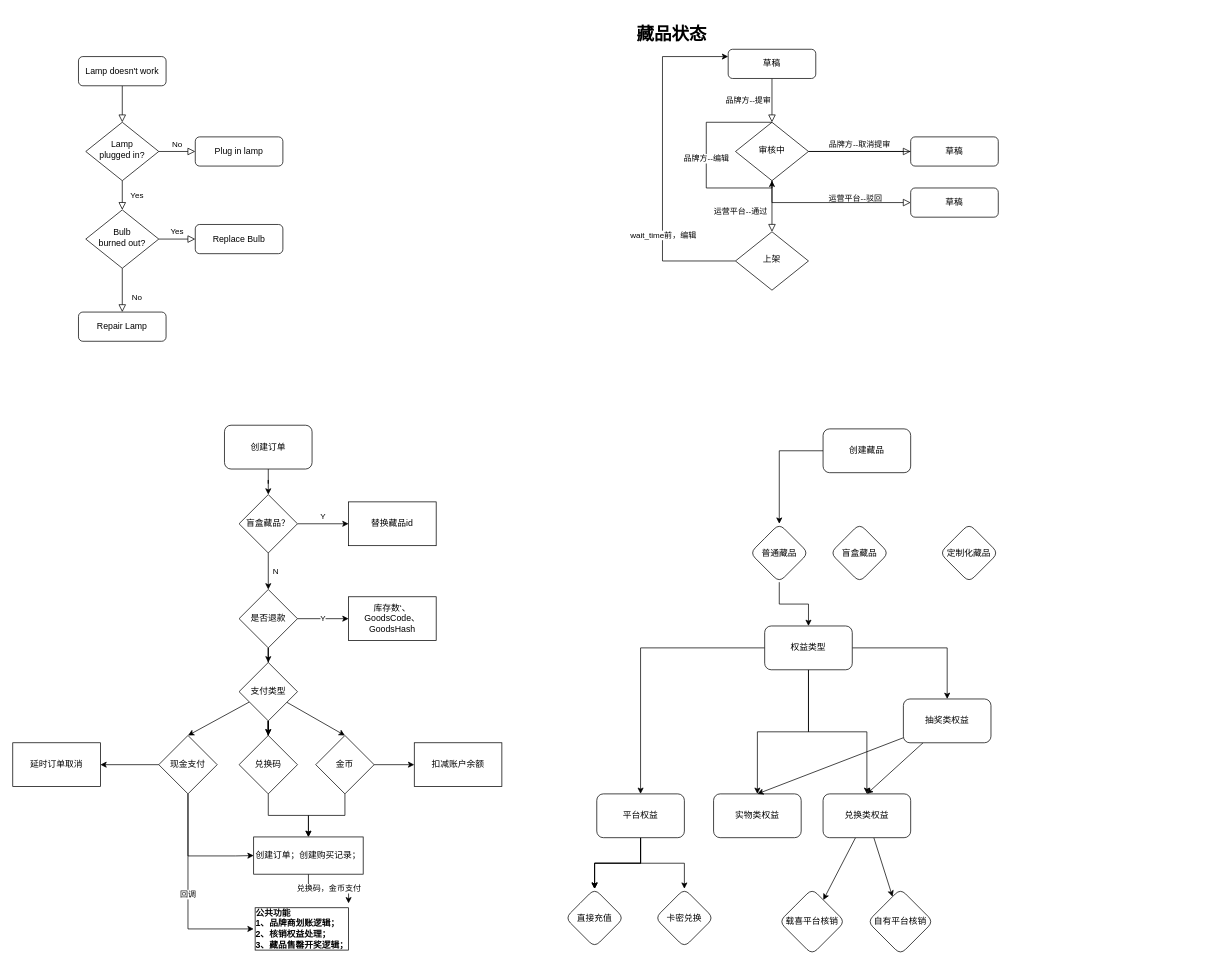
This is KW-载喜业务.drawio from lints123/draw_project, a draw.io file, before an edit. Source tidied: cells renumbered, new cells numbered last; positions are measured from the earlier drawing's top-left corner, leaving out a move shared by most shapes. Both pictures are drawn from the tidied source at 73%, with x=0, y=0 at pixel (12, 20).
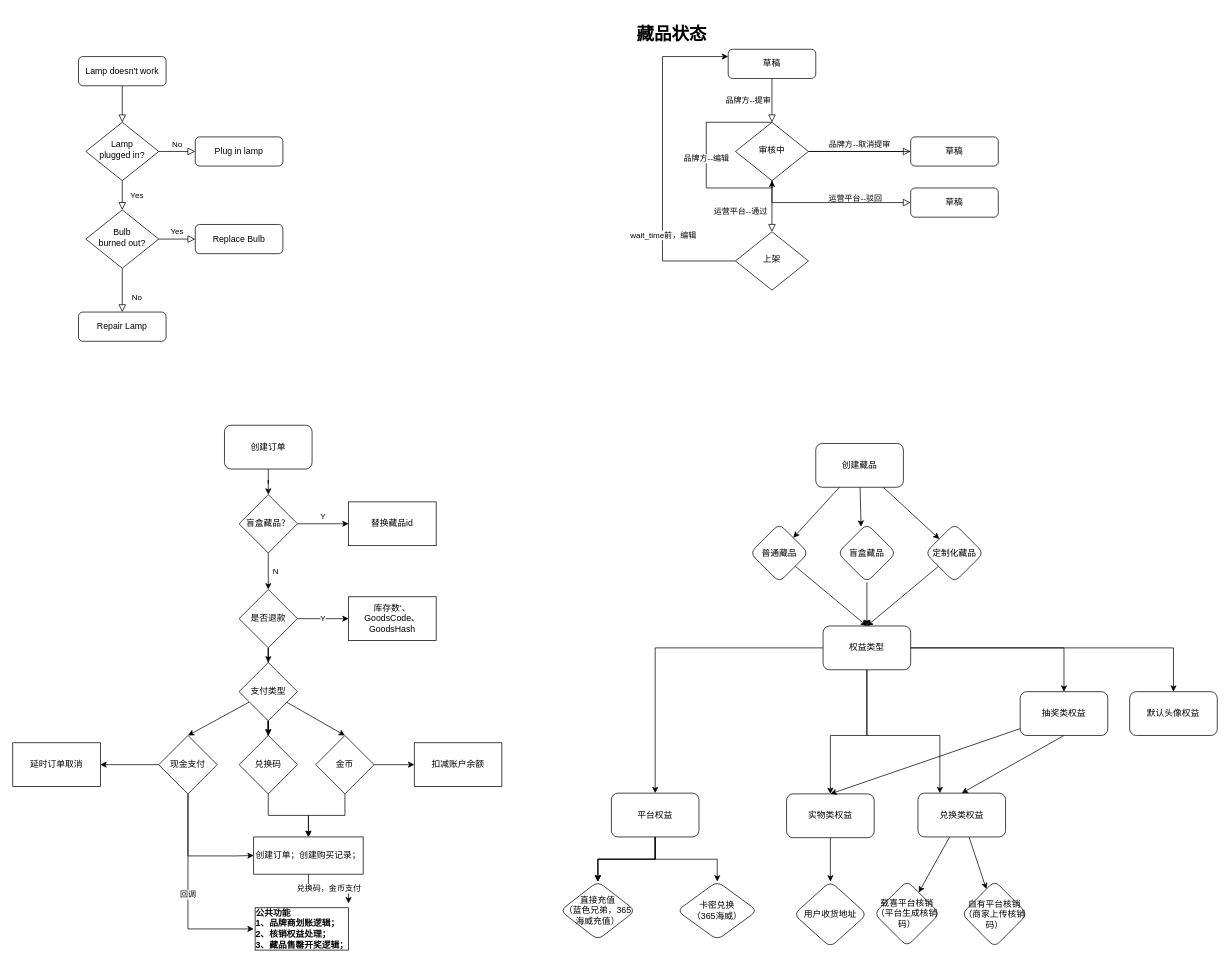
The same diagram, later.

Commit message:
更新KW-载喜业务.drawio

The change refers to these unchanged cells:
```xml
<mxCell id="59" value="普通藏品" style="rhombus;whiteSpace=wrap;html=1;rounded=1;" parent="1" vertex="1">
  <mxGeometry x="1010" y="690" width="80" height="80" as="geometry" />
</mxCell>
```

The edit, as a diff of the source:
```diff
@@
-    <mxCell id="56" style="edgeStyle=orthogonalEdgeStyle;rounded=0;jettySize=auto;html=1;" parent="1" edge="1" source="57" target="59">
+    <mxCell id="56" style="edgeStyle=none;rounded=0;jettySize=auto;html=1;" parent="1" edge="1" source="57" target="59">
       <mxGeometry relative="1" as="geometry" />
     </mxCell>
+    <mxCell id="83" style="edgeStyle=none;rounded=0;jettySize=auto;html=1;entryX=0.4;entryY=0.05;entryDx=0;entryDy=0;entryPerimeter=0;" parent="1" edge="1" source="57" target="60">
+      <mxGeometry relative="1" as="geometry" />
+    </mxCell>
+    <mxCell id="84" style="edgeStyle=none;rounded=0;jettySize=auto;html=1;" parent="1" edge="1" source="57" target="61">
+      <mxGeometry relative="1" as="geometry" />
+    </mxCell>
     <mxCell id="57" value="创建藏品" style="rounded=1;whiteSpace=wrap;html=1;" parent="1" vertex="1">
-      <mxGeometry x="1110" y="560" width="120" height="60" as="geometry" />
+      <mxGeometry x="1100" y="580" width="120" height="60" as="geometry" />
     </mxCell>
-    <mxCell id="58" style="edgeStyle=orthogonalEdgeStyle;rounded=0;jettySize=auto;html=1;" parent="1" edge="1" source="59" target="66">
+    <mxCell id="58" style="edgeStyle=none;rounded=0;jettySize=auto;html=1;entryX=0.5;entryY=0;entryDx=0;entryDy=0;" parent="1" edge="1" source="59" target="66">
       <mxGeometry relative="1" as="geometry" />
     </mxCell>
@@
+    <mxCell id="85" style="edgeStyle=none;rounded=0;jettySize=auto;html=1;" parent="1" edge="1" source="60" target="66">
+      <mxGeometry relative="1" as="geometry" />
+    </mxCell>
     <mxCell id="60" value="盲盒藏品" style="rhombus;whiteSpace=wrap;html=1;rounded=1;" parent="1" vertex="1">
-      <mxGeometry x="1120" y="690" width="80" height="80" as="geometry" />
+      <mxGeometry x="1130" y="690" width="80" height="80" as="geometry" />
     </mxCell>
+    <mxCell id="86" style="edgeStyle=none;rounded=0;jettySize=auto;html=1;entryX=0.5;entryY=0;entryDx=0;entryDy=0;" parent="1" edge="1" source="61" target="66">
+      <mxGeometry relative="1" as="geometry" />
+    </mxCell>
     <mxCell id="61" value="定制化藏品" style="rhombus;whiteSpace=wrap;html=1;rounded=1;" parent="1" vertex="1">
-      <mxGeometry x="1270" y="690" width="80" height="80" as="geometry" />
+      <mxGeometry x="1250" y="690" width="80" height="80" as="geometry" />
     </mxCell>
@@
     <mxCell id="64" style="edgeStyle=orthogonalEdgeStyle;rounded=0;jettySize=auto;html=1;" parent="1" edge="1" source="66" target="72">
-      <mxGeometry relative="1" as="geometry" />
+      <mxGeometry relative="1" as="geometry">
+        <Array as="points">
+          <mxPoint x="1170" y="980" />
+          <mxPoint x="1120" y="980" />
+        </Array>
+      </mxGeometry>
     </mxCell>
-    <mxCell id="65" style="edgeStyle=orthogonalEdgeStyle;rounded=0;jettySize=auto;html=1;" parent="1" edge="1" source="66" target="75">
-      <mxGeometry relative="1" as="geometry" />
+    <mxCell id="65" style="edgeStyle=orthogonalEdgeStyle;rounded=0;jettySize=auto;html=1;entryX=0.25;entryY=0;entryDx=0;entryDy=0;" parent="1" edge="1" source="66" target="75">
+      <mxGeometry relative="1" as="geometry">
+        <Array as="points">
+          <mxPoint x="1170" y="980" />
+          <mxPoint x="1270" y="980" />
+        </Array>
+      </mxGeometry>
     </mxCell>
+    <mxCell id="87" style="edgeStyle=orthogonalEdgeStyle;rounded=0;jettySize=auto;html=1;" parent="1" edge="1" source="66" target="90">
+      <mxGeometry relative="1" as="geometry" />
+    </mxCell>
     <mxCell id="66" value="权益类型" style="whiteSpace=wrap;html=1;rounded=1;" parent="1" vertex="1">
-      <mxGeometry x="1030" y="830" width="120" height="60" as="geometry" />
+      <mxGeometry x="1110" y="830" width="120" height="60" as="geometry" />
     </mxCell>
@@
     <mxCell id="71" value="平台权益" style="whiteSpace=wrap;html=1;rounded=1;" parent="1" vertex="1">
-      <mxGeometry x="800" y="1060" width="120" height="60" as="geometry" />
+      <mxGeometry x="820" y="1059" width="120" height="60" as="geometry" />
     </mxCell>
+    <mxCell id="88" style="edgeStyle=orthogonalEdgeStyle;rounded=0;jettySize=auto;html=1;" parent="1" edge="1" source="72" target="89">
+      <mxGeometry relative="1" as="geometry" />
+    </mxCell>
     <mxCell id="72" value="实物类权益" style="whiteSpace=wrap;html=1;rounded=1;" parent="1" vertex="1">
-      <mxGeometry x="960" y="1060" width="120" height="60" as="geometry" />
+      <mxGeometry x="1060" y="1060" width="120" height="60" as="geometry" />
     </mxCell>
@@
     <mxCell id="75" value="兑换类权益" style="whiteSpace=wrap;html=1;rounded=1;" parent="1" vertex="1">
-      <mxGeometry x="1110" y="1060" width="120" height="60" as="geometry" />
+      <mxGeometry x="1240" y="1059" width="120" height="60" as="geometry" />
     </mxCell>
@@
-    <mxCell id="77" style="rounded=0;jettySize=auto;html=1;entryX=0.5;entryY=0;entryDx=0;entryDy=0;" parent="1" edge="1" source="78" target="75">
+    <mxCell id="77" style="rounded=0;jettySize=auto;html=1;entryX=0.5;entryY=0;entryDx=0;entryDy=0;exitX=0.5;exitY=1;exitDx=0;exitDy=0;" parent="1" edge="1" source="78" target="75">
       <mxGeometry relative="1" as="geometry" />
     </mxCell>
     <mxCell id="78" value="抽奖类权益" style="whiteSpace=wrap;html=1;rounded=1;" parent="1" vertex="1">
-      <mxGeometry x="1220" y="930" width="120" height="60" as="geometry" />
+      <mxGeometry x="1380" y="920" width="120" height="60" as="geometry" />
     </mxCell>
-    <mxCell id="79" value="载喜平台核销" style="rhombus;whiteSpace=wrap;html=1;rounded=1;" parent="1" vertex="1">
-      <mxGeometry x="1050" y="1190" width="90" height="90" as="geometry" />
+    <mxCell id="79" value="载喜平台核销（平台生成核销码）" style="rhombus;whiteSpace=wrap;html=1;rounded=1;" parent="1" vertex="1">
+      <mxGeometry x="1180" y="1179" width="90" height="90" as="geometry" />
     </mxCell>
-    <mxCell id="80" value="自有平台核销" style="rhombus;whiteSpace=wrap;html=1;rounded=1;" parent="1" vertex="1">
-      <mxGeometry x="1171" y="1190" width="90" height="90" as="geometry" />
+    <mxCell id="80" value="自有平台核销（商家上传核销码）" style="rhombus;whiteSpace=wrap;html=1;rounded=1;" parent="1" vertex="1">
+      <mxGeometry x="1300" y="1179" width="90" height="91" as="geometry" />
     </mxCell>
-    <mxCell id="81" value="直接充值" style="rhombus;whiteSpace=wrap;html=1;rounded=1;" parent="1" vertex="1">
-      <mxGeometry x="757" y="1190" width="80" height="80" as="geometry" />
+    <mxCell id="81" value="直接充值&lt;br&gt;（蓝色兄弟，365海威充值）" style="rhombus;whiteSpace=wrap;html=1;rounded=1;" parent="1" vertex="1">
+      <mxGeometry x="750" y="1180" width="103" height="80" as="geometry" />
     </mxCell>
-    <mxCell id="82" value="卡密兑换" style="rhombus;whiteSpace=wrap;html=1;rounded=1;" parent="1" vertex="1">
-      <mxGeometry x="880" y="1190" width="80" height="80" as="geometry" />
+    <mxCell id="82" value="卡密兑换&lt;br&gt;（365海威）" style="rhombus;whiteSpace=wrap;html=1;rounded=1;" parent="1" vertex="1">
+      <mxGeometry x="910" y="1180" width="110" height="80" as="geometry" />
     </mxCell>
+    <mxCell id="89" value="用户收货地址" style="rhombus;whiteSpace=wrap;html=1;rounded=1;" parent="1" vertex="1">
+      <mxGeometry x="1070" y="1180" width="100" height="90" as="geometry" />
+    </mxCell>
+    <mxCell id="90" value="默认头像权益" style="whiteSpace=wrap;html=1;rounded=1;" parent="1" vertex="1">
+      <mxGeometry x="1530" y="920" width="120" height="60" as="geometry" />
+    </mxCell>
```
